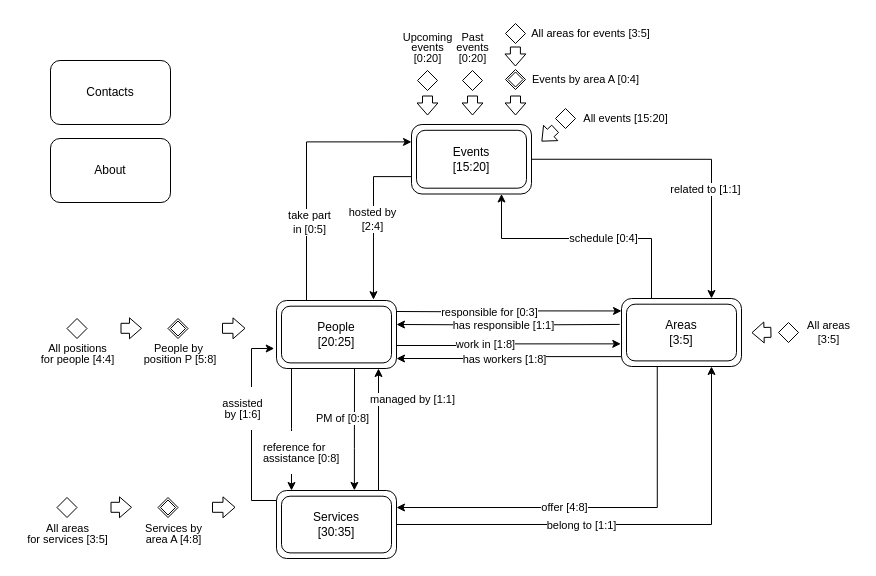
Above: Design Document/C-IDM/C-IDM.drawio in lucagrammer/Plug-IT (draw.io), before the change. Source tidied: cells renumbered, new cells numbered last; positions are measured from the earlier drawing's top-left corner, leaving out a move shared by most shapes. Both pictures are drawn from the tidied source at 100%, with x=0, y=0 at pixel (17, 16).
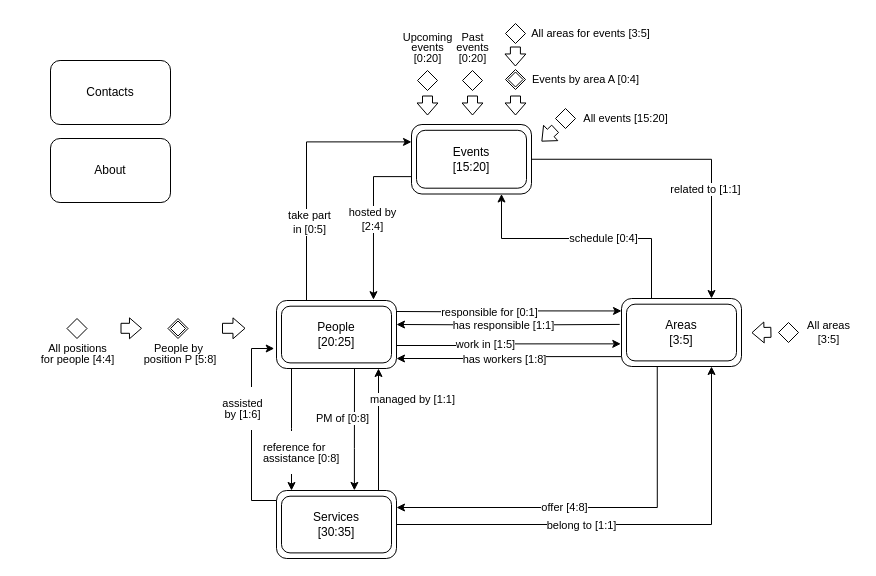
The same page after the edit.

Unchanged cells that the change refers to:
```xml
<mxCell id="21" style="edgeStyle=orthogonalEdgeStyle;rounded=0;jettySize=auto;html=1;entryX=0;entryY=0.183;entryDx=0;entryDy=0;entryPerimeter=0;" parent="1" edge="1" target="51">
  <mxGeometry relative="1" as="geometry">
    <mxPoint x="379" y="295" as="sourcePoint" />
  </mxGeometry>
</mxCell>
<mxCell id="25" style="edgeStyle=orthogonalEdgeStyle;rounded=0;jettySize=auto;html=1;entryX=-0.006;entryY=0.667;entryDx=0;entryDy=0;entryPerimeter=0;" parent="1" edge="1" target="51">
  <mxGeometry relative="1" as="geometry">
    <mxPoint x="379" y="325.5" as="sourcePoint" />
    <Array as="points">
      <mxPoint x="379" y="329" />
      <mxPoint x="449" y="329" />
    </Array>
  </mxGeometry>
</mxCell>
```

Change to the diagram source:
```diff
@@
-    <mxCell id="22" value="responsible for [0:3]" style="edgeLabel;html=1;align=center;verticalAlign=middle;" parent="21" vertex="1">
+    <mxCell id="22" value="responsible for [0:1]" style="edgeLabel;html=1;align=center;verticalAlign=middle;" parent="21" vertex="1">
       <mxGeometry x="-0.18" relative="1" as="geometry" />
     </mxCell>
@@
-    <mxCell id="26" value="work in [1:8]" style="edgeLabel;html=1;align=center;verticalAlign=middle;" parent="25" vertex="1">
+    <mxCell id="26" value="work in [1:5]" style="edgeLabel;html=1;align=center;verticalAlign=middle;" parent="25" vertex="1">
       <mxGeometry x="-0.18" relative="1" as="geometry" />
     </mxCell>
@@
-    <mxCell id="33" style="rhombus;whiteSpace=wrap;html=1;rounded=0;sketch=0;" parent="1" vertex="1">
-      <mxGeometry x="140.5" y="481" width="20" height="20" as="geometry" />
-    </mxCell>
-    <mxCell id="34" value="&lt;p style=&quot;line-height: 95% ; font-size: 11px&quot;&gt;Services by &lt;br style=&quot;font-size: 11px&quot;&gt;area A [4:8]&lt;/p&gt;" style="text;html=1;align=center;verticalAlign=middle;fontSize=11;" parent="1" vertex="1">
-      <mxGeometry x="120.5" y="492" width="70" height="50" as="geometry" />
-    </mxCell>
-    <mxCell id="35" style="shape=flexArrow;endArrow=classic;html=1;endWidth=9.902912621359222;endSize=3.67378640776699;" parent="1" edge="1">
-      <mxGeometry relative="1" as="geometry">
-        <mxPoint x="194.5" y="490.8" as="sourcePoint" />
-        <mxPoint x="218" y="490.8" as="targetPoint" />
-      </mxGeometry>
-    </mxCell>
-    <mxCell id="36" style="rhombus;whiteSpace=wrap;html=1;rounded=0;sketch=0;" parent="1" vertex="1">
-      <mxGeometry x="143" y="483.5" width="15" height="15" as="geometry" />
-    </mxCell>
-    <mxCell id="37" style="rhombus;whiteSpace=wrap;html=1;rounded=0;sketch=0;" parent="1" vertex="1">
-      <mxGeometry x="39.5" y="481" width="20" height="20" as="geometry" />
-    </mxCell>
-    <mxCell id="38" value="&lt;p style=&quot;line-height: 95% ; font-size: 11px&quot;&gt;All areas&lt;br style=&quot;font-size: 11px&quot;&gt;for services [3:5]&lt;/p&gt;" style="text;html=1;align=center;verticalAlign=middle;fontSize=11;" parent="1" vertex="1">
-      <mxGeometry x="-0.5" y="492" width="100" height="50" as="geometry" />
-    </mxCell>
-    <mxCell id="39" style="shape=flexArrow;endArrow=classic;html=1;endWidth=9.902912621359222;endSize=3.67378640776699;" parent="1" edge="1">
-      <mxGeometry relative="1" as="geometry">
-        <mxPoint x="93" y="490.8" as="sourcePoint" />
-        <mxPoint x="114.5" y="490.8" as="targetPoint" />
-      </mxGeometry>
-    </mxCell>
```
